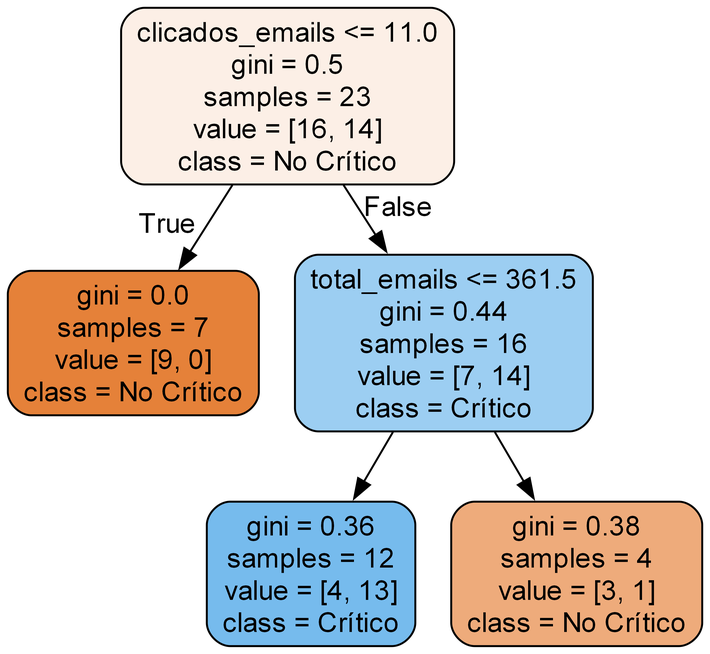
The Graphviz diagram tree_7.png in adrianAntonP/practica2-SI, before a commit. Its source is kept beside it as tree_7.dot. Its diagram source:
```dot
digraph Tree {
node [shape=box, style="filled, rounded", color="black", fontname="helvetica"] ;
edge [fontname="helvetica"] ;
0 [label="clicados_emails <= 11.0\ngini = 0.5\nsamples = 23\nvalue = [16, 14]\nclass = No Crítico", fillcolor="#fcefe6"] ;
1 [label="gini = 0.0\nsamples = 7\nvalue = [9, 0]\nclass = No Crítico", fillcolor="#e58139"] ;
0 -> 1 [labeldistance=2.5, labelangle=45, headlabel="True"] ;
2 [label="total_emails <= 361.5\ngini = 0.44\nsamples = 16\nvalue = [7, 14]\nclass = Crítico", fillcolor="#9ccef2"] ;
0 -> 2 [labeldistance=2.5, labelangle=-45, headlabel="False"] ;
3 [label="gini = 0.36\nsamples = 12\nvalue = [4, 13]\nclass = Crítico", fillcolor="#76bbed"] ;
2 -> 3 ;
4 [label="gini = 0.38\nsamples = 4\nvalue = [3, 1]\nclass = No Crítico", fillcolor="#eeab7b"] ;
2 -> 4 ;
}
```
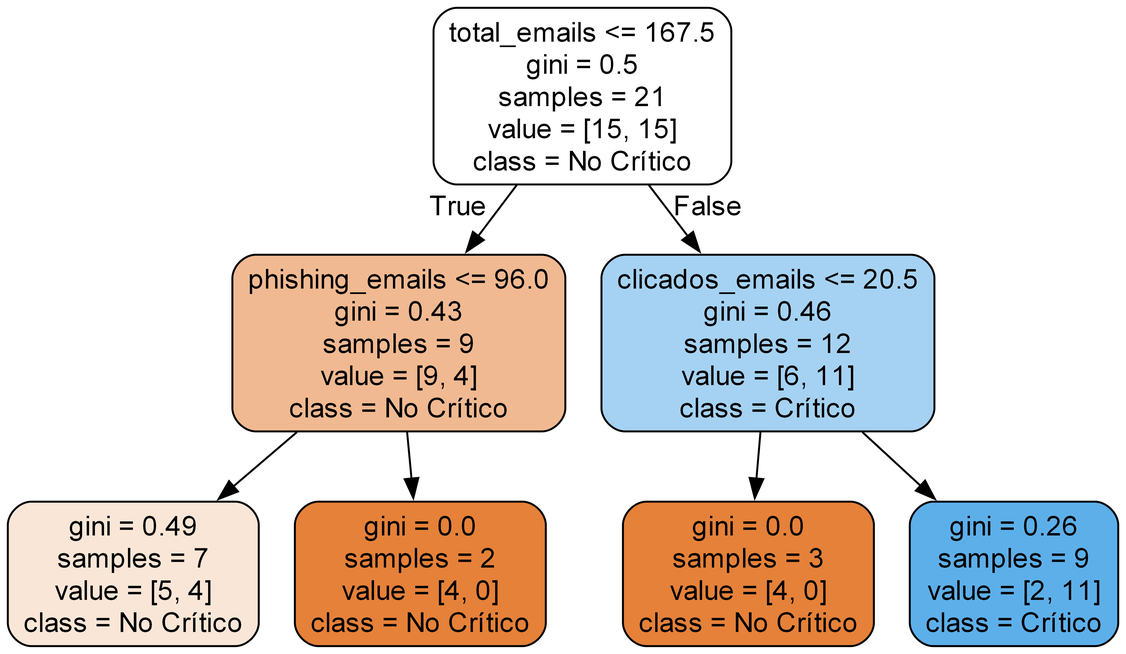
Later version of the same file.

Diff of the diagram source:
```diff
@@ -1,13 +1,17 @@
 digraph Tree {
 node [shape=box, style="filled, rounded", color="black", fontname="helvetica"] ;
 edge [fontname="helvetica"] ;
-0 [label="clicados_emails <= 11.0\ngini = 0.5\nsamples = 23\nvalue = [16, 14]\nclass = No Crítico", fillcolor="#fcefe6"] ;
-1 [label="gini = 0.0\nsamples = 7\nvalue = [9, 0]\nclass = No Crítico", fillcolor="#e58139"] ;
+0 [label="total_emails <= 167.5\ngini = 0.5\nsamples = 21\nvalue = [15, 15]\nclass = No Crítico", fillcolor="#ffffff"] ;
+1 [label="phishing_emails <= 96.0\ngini = 0.43\nsamples = 9\nvalue = [9, 4]\nclass = No Crítico", fillcolor="#f1b991"] ;
 0 -> 1 [labeldistance=2.5, labelangle=45, headlabel="True"] ;
-2 [label="total_emails <= 361.5\ngini = 0.44\nsamples = 16\nvalue = [7, 14]\nclass = Crítico", fillcolor="#9ccef2"] ;
-0 -> 2 [labeldistance=2.5, labelangle=-45, headlabel="False"] ;
-3 [label="gini = 0.36\nsamples = 12\nvalue = [4, 13]\nclass = Crítico", fillcolor="#76bbed"] ;
-2 -> 3 ;
-4 [label="gini = 0.38\nsamples = 4\nvalue = [3, 1]\nclass = No Crítico", fillcolor="#eeab7b"] ;
-2 -> 4 ;
+2 [label="gini = 0.49\nsamples = 7\nvalue = [5, 4]\nclass = No Crítico", fillcolor="#fae6d7"] ;
+1 -> 2 ;
+3 [label="gini = 0.0\nsamples = 2\nvalue = [4, 0]\nclass = No Crítico", fillcolor="#e58139"] ;
+1 -> 3 ;
+4 [label="clicados_emails <= 20.5\ngini = 0.46\nsamples = 12\nvalue = [6, 11]\nclass = Crítico", fillcolor="#a5d2f3"] ;
+0 -> 4 [labeldistance=2.5, labelangle=-45, headlabel="False"] ;
+5 [label="gini = 0.0\nsamples = 3\nvalue = [4, 0]\nclass = No Crítico", fillcolor="#e58139"] ;
+4 -> 5 ;
+6 [label="gini = 0.26\nsamples = 9\nvalue = [2, 11]\nclass = Crítico", fillcolor="#5dafea"] ;
+4 -> 6 ;
 }
```
